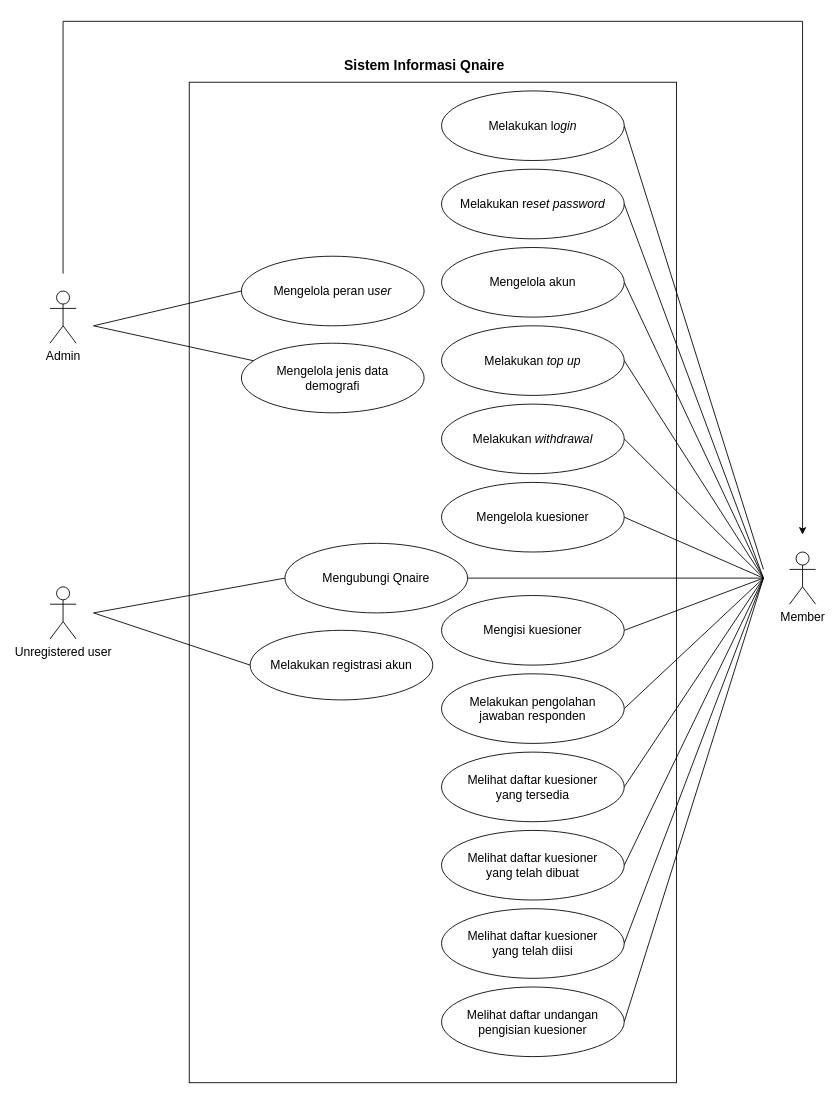
Before: Diagram/use-case.drawio in techie-jhs/thesis, a draw.io diagram. Source tidied: cells renumbered, new cells numbered last; positions are measured from the earlier drawing's top-left corner, leaving out a move shared by most shapes. Both pictures are drawn from the tidied source at 87%, with x=0, y=0 at pixel (50, 21).
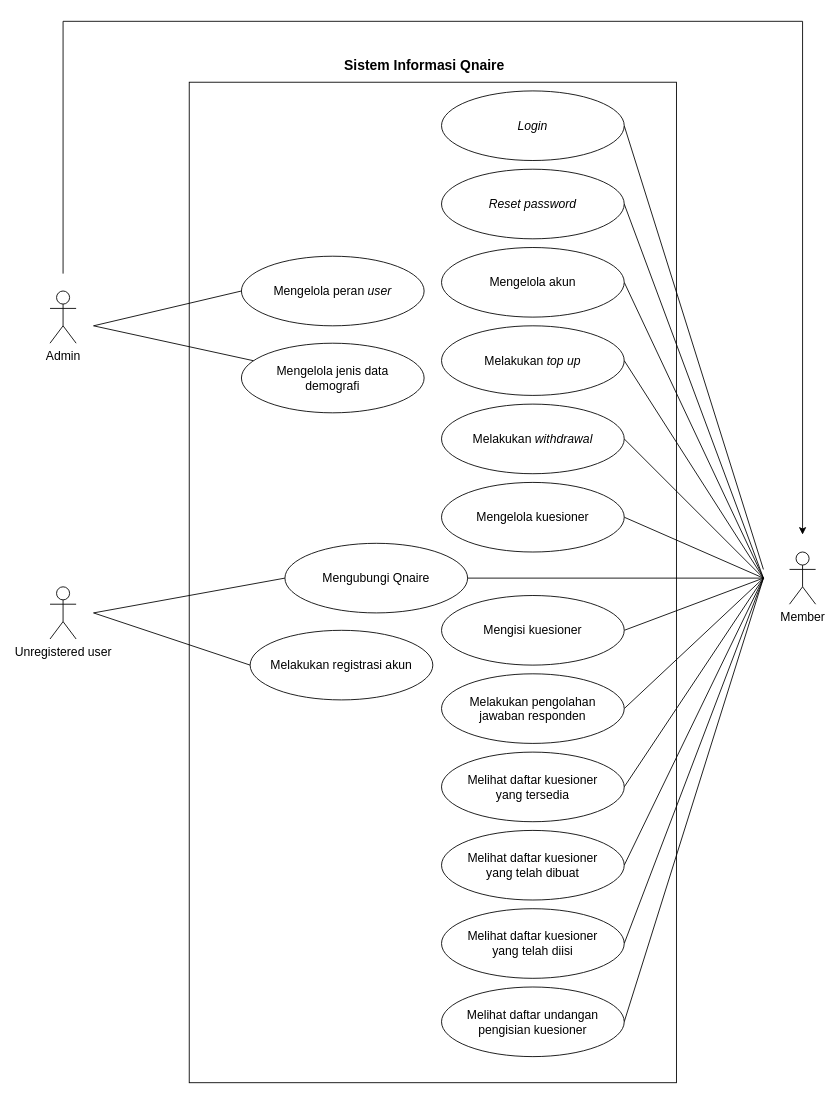
Above is the later version.

Commit message (it also covers changes not shown here):
Activity diagram 18

Diff of the diagram source:
```diff
@@
-    <mxCell id="29" value="Melakukan l&lt;i&gt;ogin&lt;/i&gt;" style="ellipse;whiteSpace=wrap;html=1;fontSize=14;" parent="1" vertex="1">
+    <mxCell id="29" value="&lt;i&gt;Login&lt;/i&gt;" style="ellipse;whiteSpace=wrap;html=1;fontSize=14;" parent="1" vertex="1">
       <mxGeometry x="450" y="80" width="210" height="80" as="geometry" />
     </mxCell>
@@
-    <mxCell id="32" value="Mengelola peran u&lt;i&gt;ser&lt;/i&gt;" style="ellipse;whiteSpace=wrap;html=1;fontSize=14;" parent="1" vertex="1">
+    <mxCell id="32" value="Mengelola peran &lt;i&gt;user&lt;/i&gt;" style="ellipse;whiteSpace=wrap;html=1;fontSize=14;" parent="1" vertex="1">
       <mxGeometry x="220" y="270" width="210" height="80" as="geometry" />
     </mxCell>
@@
-    <mxCell id="36" value="Melakukan r&lt;i&gt;eset password&lt;/i&gt;" style="ellipse;whiteSpace=wrap;html=1;fontSize=14;" parent="1" vertex="1">
+    <mxCell id="36" value="&lt;i&gt;Reset password&lt;/i&gt;" style="ellipse;whiteSpace=wrap;html=1;fontSize=14;" parent="1" vertex="1">
       <mxGeometry x="450" y="170" width="210" height="80" as="geometry" />
     </mxCell>
```
